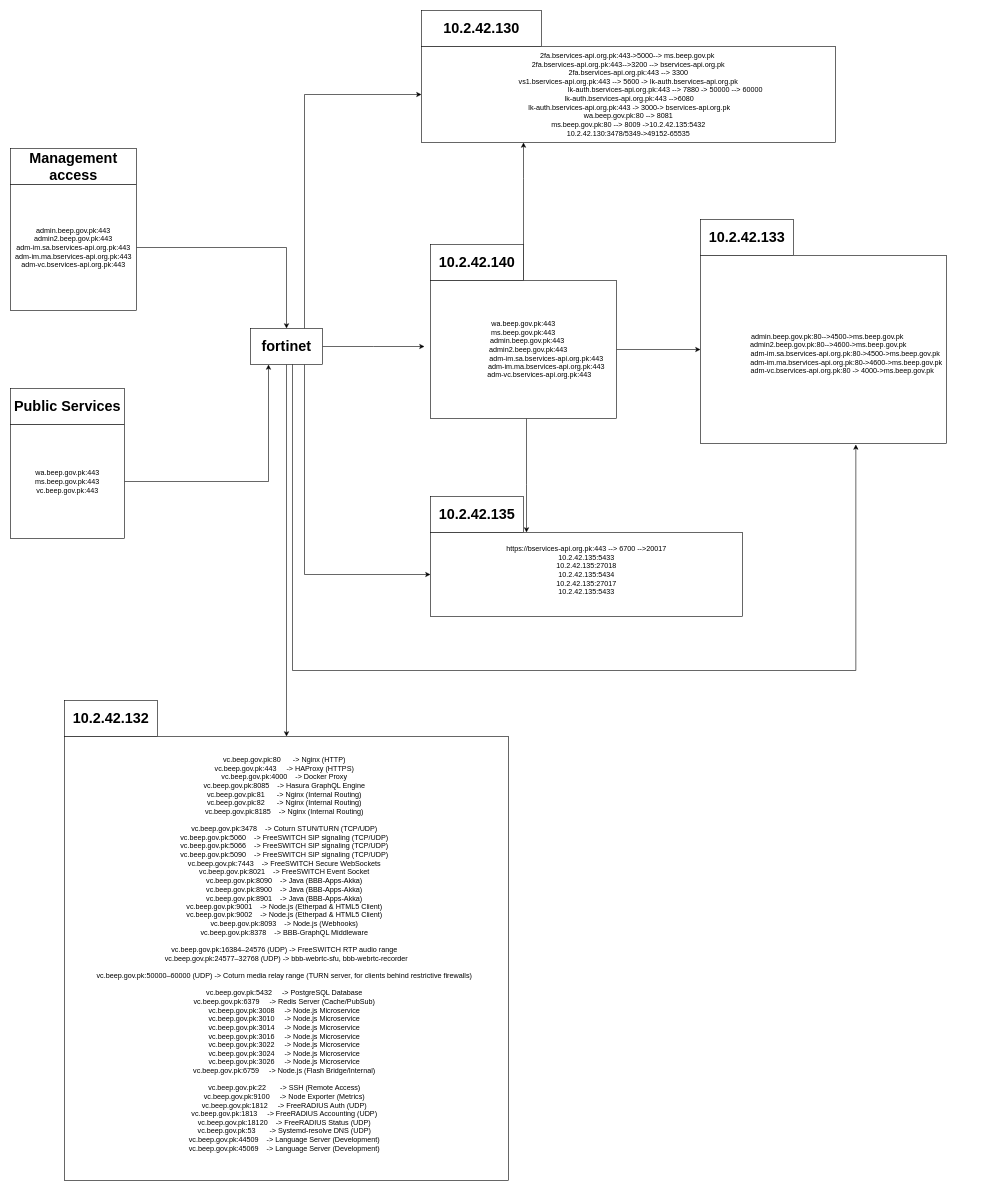
Before: Untitled Diagram.drawio in Ahmer-rehman/backend, a draw.io diagram. Source tidied: cells renumbered, new cells numbered last; positions are measured from the earlier drawing's top-left corner, leaving out a move shared by most shapes. Both pictures are drawn from the tidied source at 60%, with x=0, y=0 at pixel (10, 10).
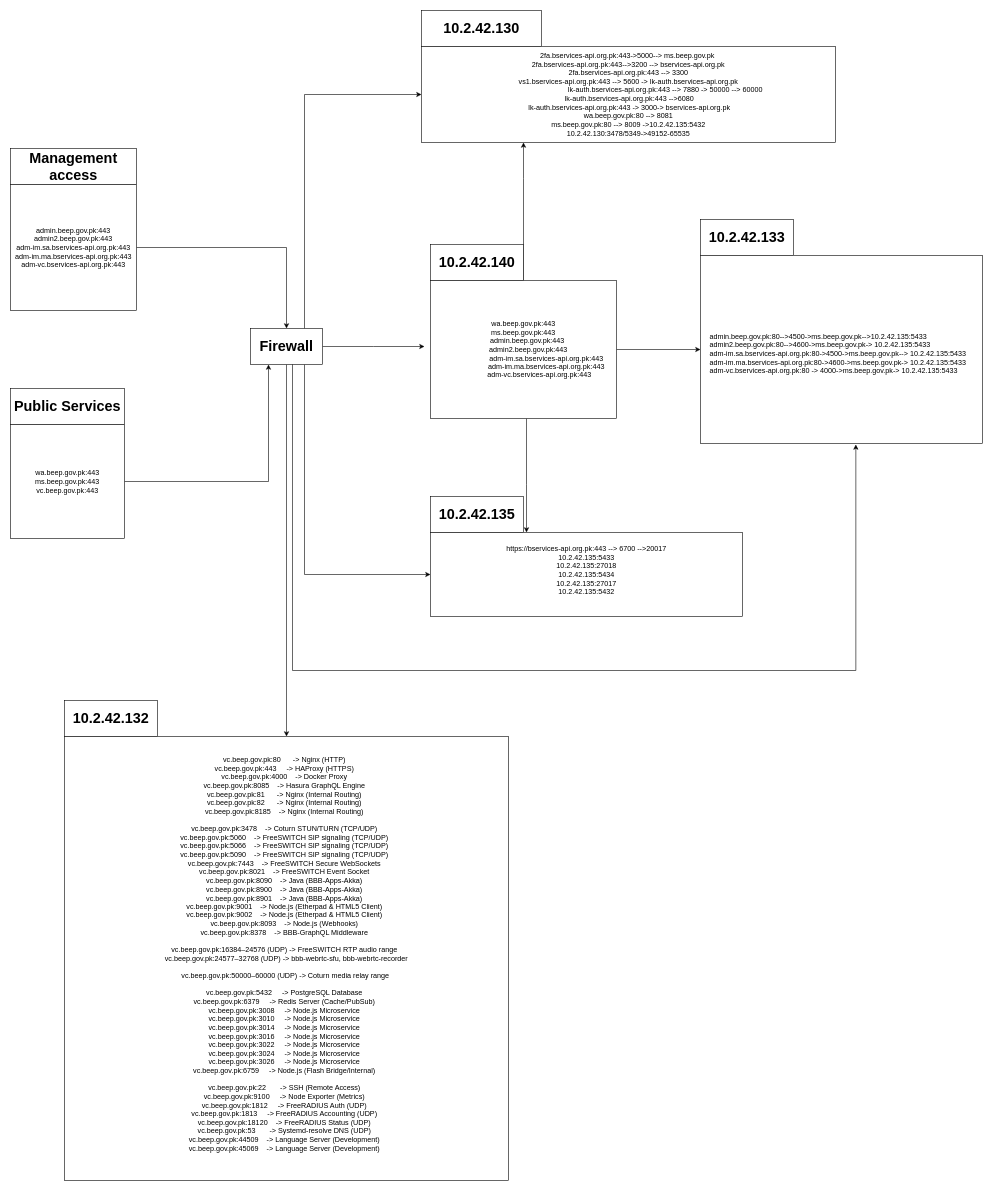
Above is the later version.

Diff of the diagram source:
```diff
@@
-    <mxCell id="7" value="https://bservices-api.org.pk:443 --&amp;gt; 6700 --&amp;gt;20017&lt;div&gt;10.2.42.135:5433&lt;/div&gt;&lt;div&gt;10.2.42.135:27018&lt;/div&gt;&lt;div&gt;10.2.42.135:5434&lt;br&gt;&lt;/div&gt;&lt;div&gt;10.2.42.135:27017&lt;/div&gt;&lt;div&gt;10.2.42.135:5433&lt;br&gt;&lt;/div&gt;&lt;div&gt;&lt;br&gt;&lt;/div&gt;" style="rounded=0;whiteSpace=wrap;html=1;" parent="1" vertex="1">
+    <mxCell id="7" value="https://bservices-api.org.pk:443 --&amp;gt; 6700 --&amp;gt;20017&lt;div&gt;10.2.42.135:5433&lt;/div&gt;&lt;div&gt;10.2.42.135:27018&lt;/div&gt;&lt;div&gt;10.2.42.135:5434&lt;br&gt;&lt;/div&gt;&lt;div&gt;10.2.42.135:27017&lt;/div&gt;&lt;div&gt;10.2.42.135:5432&lt;br&gt;&lt;/div&gt;&lt;div&gt;&lt;br&gt;&lt;/div&gt;" style="rounded=0;whiteSpace=wrap;html=1;" parent="1" vertex="1">
       <mxGeometry x="700" y="870" width="520" height="140" as="geometry" />
     </mxCell>
-    <mxCell id="8" value="&lt;br&gt;&lt;div&gt;&amp;nbsp; &amp;nbsp; admin.beep.gov.pk:80--&amp;gt;4500-&amp;gt;ms.beep.gov.pk&lt;/div&gt;&lt;div&gt;&amp;nbsp; &amp;nbsp; &amp;nbsp;admin2.beep.gov.pk:80--&amp;gt;4600-&amp;gt;ms.beep.gov.pk&lt;/div&gt;&lt;div&gt;&amp;nbsp; &amp;nbsp; &amp;nbsp; &amp;nbsp; &amp;nbsp; &amp;nbsp; &amp;nbsp; &amp;nbsp; &amp;nbsp; &amp;nbsp; &amp;nbsp; adm-im.sa.bservices-api.org.pk:80-&amp;gt;4500-&amp;gt;ms.beep.gov.pk&lt;/div&gt;&lt;div&gt;&amp;nbsp; &amp;nbsp; &amp;nbsp; &amp;nbsp; &amp;nbsp; &amp;nbsp; &amp;nbsp; &amp;nbsp; &amp;nbsp; &amp;nbsp; &amp;nbsp; &amp;nbsp;adm-im.ma.bservices-api.org.pk:80-&amp;gt;4600-&amp;gt;ms.beep.gov.pk&lt;br&gt;&lt;/div&gt;&lt;div&gt;&amp;nbsp; &amp;nbsp; &amp;nbsp; &amp;nbsp; &amp;nbsp; &amp;nbsp; &amp;nbsp; &amp;nbsp; &amp;nbsp; &amp;nbsp;adm-vc.bservices-api.org.pk:80 -&amp;gt; 4000-&amp;gt;ms.beep.gov.pk&lt;/div&gt;" style="rounded=0;whiteSpace=wrap;html=1;" parent="1" vertex="1">
-      <mxGeometry x="1150" y="408.6" width="410" height="312.8" as="geometry" />
+    <mxCell id="8" value="&lt;br&gt;&lt;div&gt;&amp;nbsp; &amp;nbsp; admin.beep.gov.pk:80--&amp;gt;4500-&amp;gt;ms.beep.gov.pk--&amp;gt;10.2.42.135:5433&lt;/div&gt;&lt;div&gt;&amp;nbsp; &amp;nbsp; admin2.beep.gov.pk:80--&amp;gt;4600-&amp;gt;ms.beep.gov.pk-&amp;gt; 10.2.42.135:5433&lt;/div&gt;&lt;div&gt;&amp;nbsp; &amp;nbsp; adm-im.sa.bservices-api.org.pk:80-&amp;gt;4500-&amp;gt;ms.beep.gov.pk--&amp;gt; 10.2.42.135:5433&lt;/div&gt;&lt;div&gt;&amp;nbsp; &amp;nbsp; adm-im.ma.bservices-api.org.pk:80-&amp;gt;4600-&amp;gt;ms.beep.gov.pk-&amp;gt; 10.2.42.135:5433&lt;br&gt;&lt;/div&gt;&lt;div&gt;&amp;nbsp; &amp;nbsp; adm-vc.bservices-api.org.pk:80 -&amp;gt; 4000-&amp;gt;ms.beep.gov.pk-&amp;gt; 10.2.42.135:5433&lt;/div&gt;" style="rounded=0;whiteSpace=wrap;html=1;align=left;" parent="1" vertex="1">
+      <mxGeometry x="1150" y="408.6" width="470" height="312.8" as="geometry" />
     </mxCell>
@@
-    <mxCell id="23" value="&lt;h1&gt;fortinet&lt;/h1&gt;" style="rounded=0;whiteSpace=wrap;html=1;" parent="1" vertex="1">
+    <mxCell id="23" value="&lt;h1&gt;Firewall&lt;/h1&gt;" style="rounded=0;whiteSpace=wrap;html=1;" parent="1" vertex="1">
       <mxGeometry x="400" y="530" width="120" height="60" as="geometry" />
     </mxCell>
@@
-    <mxCell id="25" value="&lt;div&gt;vc.beep.gov.pk:80 &amp;nbsp; &amp;nbsp; &amp;nbsp;-&amp;gt; Nginx (HTTP) &amp;nbsp;&lt;/div&gt;&lt;div&gt;vc.beep.gov.pk:443 &amp;nbsp; &amp;nbsp; -&amp;gt; HAProxy (HTTPS) &amp;nbsp;&lt;/div&gt;&lt;div&gt;vc.beep.gov.pk:4000 &amp;nbsp; &amp;nbsp;-&amp;gt; Docker Proxy &amp;nbsp;&lt;/div&gt;&lt;div&gt;vc.beep.gov.pk:8085 &amp;nbsp; &amp;nbsp;-&amp;gt; Hasura GraphQL Engine &amp;nbsp;&lt;/div&gt;&lt;div&gt;vc.beep.gov.pk:81 &amp;nbsp; &amp;nbsp; &amp;nbsp;-&amp;gt; Nginx (Internal Routing) &amp;nbsp;&lt;/div&gt;&lt;div&gt;vc.beep.gov.pk:82 &amp;nbsp; &amp;nbsp; &amp;nbsp;-&amp;gt; Nginx (Internal Routing) &amp;nbsp;&lt;/div&gt;&lt;div&gt;vc.beep.gov.pk:8185 &amp;nbsp; &amp;nbsp;-&amp;gt; Nginx (Internal Routing) &amp;nbsp;&lt;/div&gt;&lt;div&gt;&lt;br&gt;&lt;/div&gt;&lt;div&gt;vc.beep.gov.pk:3478 &amp;nbsp; &amp;nbsp;-&amp;gt; Coturn STUN/TURN (TCP/UDP) &amp;nbsp;&lt;/div&gt;&lt;div&gt;vc.beep.gov.pk:5060 &amp;nbsp; &amp;nbsp;-&amp;gt; FreeSWITCH SIP signaling (TCP/UDP) &amp;nbsp;&lt;/div&gt;&lt;div&gt;vc.beep.gov.pk:5066 &amp;nbsp; &amp;nbsp;-&amp;gt; FreeSWITCH SIP signaling (TCP/UDP) &amp;nbsp;&lt;/div&gt;&lt;div&gt;vc.beep.gov.pk:5090 &amp;nbsp; &amp;nbsp;-&amp;gt; FreeSWITCH SIP signaling (TCP/UDP) &amp;nbsp;&lt;/div&gt;&lt;div&gt;vc.beep.gov.pk:7443 &amp;nbsp; &amp;nbsp;-&amp;gt; FreeSWITCH Secure WebSockets &amp;nbsp;&lt;/div&gt;&lt;div&gt;vc.beep.gov.pk:8021 &amp;nbsp; &amp;nbsp;-&amp;gt; FreeSWITCH Event Socket &amp;nbsp;&lt;/div&gt;&lt;div&gt;vc.beep.gov.pk:8090 &amp;nbsp; &amp;nbsp;-&amp;gt; Java (BBB-Apps-Akka) &amp;nbsp;&lt;/div&gt;&lt;div&gt;vc.beep.gov.pk:8900 &amp;nbsp; &amp;nbsp;-&amp;gt; Java (BBB-Apps-Akka) &amp;nbsp;&lt;/div&gt;&lt;div&gt;vc.beep.gov.pk:8901 &amp;nbsp; &amp;nbsp;-&amp;gt; Java (BBB-Apps-Akka) &amp;nbsp;&lt;/div&gt;&lt;div&gt;vc.beep.gov.pk:9001 &amp;nbsp; &amp;nbsp;-&amp;gt; Node.js (Etherpad &amp;amp; HTML5 Client) &amp;nbsp;&lt;/div&gt;&lt;div&gt;vc.beep.gov.pk:9002 &amp;nbsp; &amp;nbsp;-&amp;gt; Node.js (Etherpad &amp;amp; HTML5 Client) &amp;nbsp;&lt;/div&gt;&lt;div&gt;vc.beep.gov.pk:8093 &amp;nbsp; &amp;nbsp;-&amp;gt; Node.js (Webhooks) &amp;nbsp;&lt;/div&gt;&lt;div&gt;vc.beep.gov.pk:8378 &amp;nbsp; &amp;nbsp;-&amp;gt; BBB-GraphQL Middleware &amp;nbsp;&lt;/div&gt;&lt;div&gt;&lt;br&gt;&lt;/div&gt;&lt;div&gt;vc.beep.gov.pk:16384–24576 (UDP) -&amp;gt; FreeSWITCH RTP audio range &amp;nbsp;&lt;/div&gt;&lt;div&gt;vc.beep.gov.pk:24577–32768 (UDP) -&amp;gt; bbb-webrtc-sfu, bbb-webrtc-recorder&lt;/div&gt;&lt;div&gt;&lt;br&gt;&lt;/div&gt;&lt;div&gt;vc.beep.gov.pk:50000–60000 (UDP) -&amp;gt; Coturn media relay range (TURN server, for clients behind restrictive firewalls) &amp;nbsp;&lt;/div&gt;&lt;div&gt;&lt;br&gt;&lt;/div&gt;&lt;div&gt;vc.beep.gov.pk:5432 &amp;nbsp; &amp;nbsp; -&amp;gt; PostgreSQL Database &amp;nbsp;&lt;/div&gt;&lt;div&gt;vc.beep.gov.pk:6379 &amp;nbsp; &amp;nbsp; -&amp;gt; Redis Server (Cache/PubSub) &amp;nbsp;&lt;/div&gt;&lt;div&gt;vc.beep.gov.pk:3008 &amp;nbsp; &amp;nbsp; -&amp;gt; Node.js Microservice &amp;nbsp;&lt;/div&gt;&lt;div&gt;vc.beep.gov.pk:3010 &amp;nbsp; &amp;nbsp; -&amp;gt; Node.js Microservice &amp;nbsp;&lt;/div&gt;&lt;div&gt;vc.beep.gov.pk:3014 &amp;nbsp; &amp;nbsp; -&amp;gt; Node.js Microservice &amp;nbsp;&lt;/div&gt;&lt;div&gt;vc.beep.gov.pk:3016 &amp;nbsp; &amp;nbsp; -&amp;gt; Node.js Microservice &amp;nbsp;&lt;/div&gt;&lt;div&gt;vc.beep.gov.pk:3022 &amp;nbsp; &amp;nbsp; -&amp;gt; Node.js Microservice &amp;nbsp;&lt;/div&gt;&lt;div&gt;vc.beep.gov.pk:3024 &amp;nbsp; &amp;nbsp; -&amp;gt; Node.js Microservice &amp;nbsp;&lt;/div&gt;&lt;div&gt;vc.beep.gov.pk:3026 &amp;nbsp; &amp;nbsp; -&amp;gt; Node.js Microservice &amp;nbsp;&lt;/div&gt;&lt;div&gt;vc.beep.gov.pk:6759 &amp;nbsp; &amp;nbsp; -&amp;gt; Node.js (Flash Bridge/Internal) &amp;nbsp;&lt;/div&gt;&lt;div&gt;&lt;br&gt;&lt;/div&gt;&lt;div&gt;vc.beep.gov.pk:22 &amp;nbsp; &amp;nbsp; &amp;nbsp; -&amp;gt; SSH (Remote Access) &amp;nbsp;&lt;/div&gt;&lt;div&gt;vc.beep.gov.pk:9100 &amp;nbsp; &amp;nbsp; -&amp;gt; Node Exporter (Metrics) &amp;nbsp;&lt;/div&gt;&lt;div&gt;vc.beep.gov.pk:1812 &amp;nbsp; &amp;nbsp; -&amp;gt; FreeRADIUS Auth (UDP) &amp;nbsp;&lt;/div&gt;&lt;div&gt;vc.beep.gov.pk:1813 &amp;nbsp; &amp;nbsp; -&amp;gt; FreeRADIUS Accounting (UDP) &amp;nbsp;&lt;/div&gt;&lt;div&gt;vc.beep.gov.pk:18120 &amp;nbsp; &amp;nbsp;-&amp;gt; FreeRADIUS Status (UDP) &amp;nbsp;&lt;/div&gt;&lt;div&gt;vc.beep.gov.pk:53 &amp;nbsp; &amp;nbsp; &amp;nbsp; -&amp;gt; Systemd-resolve DNS (UDP) &amp;nbsp;&lt;/div&gt;&lt;div&gt;vc.beep.gov.pk:44509 &amp;nbsp; &amp;nbsp;-&amp;gt; Language Server (Development) &amp;nbsp;&lt;/div&gt;&lt;div&gt;vc.beep.gov.pk:45069 &amp;nbsp; &amp;nbsp;-&amp;gt; Language Server (Development) &amp;nbsp;&lt;/div&gt;&lt;div&gt;&lt;br&gt;&lt;/div&gt;" style="whiteSpace=wrap;html=1;" parent="1" vertex="1">
+    <mxCell id="25" value="&lt;div&gt;vc.beep.gov.pk:80 &amp;nbsp; &amp;nbsp; &amp;nbsp;-&amp;gt; Nginx (HTTP) &amp;nbsp;&lt;/div&gt;&lt;div&gt;vc.beep.gov.pk:443 &amp;nbsp; &amp;nbsp; -&amp;gt; HAProxy (HTTPS) &amp;nbsp;&lt;/div&gt;&lt;div&gt;vc.beep.gov.pk:4000 &amp;nbsp; &amp;nbsp;-&amp;gt; Docker Proxy &amp;nbsp;&lt;/div&gt;&lt;div&gt;vc.beep.gov.pk:8085 &amp;nbsp; &amp;nbsp;-&amp;gt; Hasura GraphQL Engine &amp;nbsp;&lt;/div&gt;&lt;div&gt;vc.beep.gov.pk:81 &amp;nbsp; &amp;nbsp; &amp;nbsp;-&amp;gt; Nginx (Internal Routing) &amp;nbsp;&lt;/div&gt;&lt;div&gt;vc.beep.gov.pk:82 &amp;nbsp; &amp;nbsp; &amp;nbsp;-&amp;gt; Nginx (Internal Routing) &amp;nbsp;&lt;/div&gt;&lt;div&gt;vc.beep.gov.pk:8185 &amp;nbsp; &amp;nbsp;-&amp;gt; Nginx (Internal Routing) &amp;nbsp;&lt;/div&gt;&lt;div&gt;&lt;br&gt;&lt;/div&gt;&lt;div&gt;vc.beep.gov.pk:3478 &amp;nbsp; &amp;nbsp;-&amp;gt; Coturn STUN/TURN (TCP/UDP) &amp;nbsp;&lt;/div&gt;&lt;div&gt;vc.beep.gov.pk:5060 &amp;nbsp; &amp;nbsp;-&amp;gt; FreeSWITCH SIP signaling (TCP/UDP) &amp;nbsp;&lt;/div&gt;&lt;div&gt;vc.beep.gov.pk:5066 &amp;nbsp; &amp;nbsp;-&amp;gt; FreeSWITCH SIP signaling (TCP/UDP) &amp;nbsp;&lt;/div&gt;&lt;div&gt;vc.beep.gov.pk:5090 &amp;nbsp; &amp;nbsp;-&amp;gt; FreeSWITCH SIP signaling (TCP/UDP) &amp;nbsp;&lt;/div&gt;&lt;div&gt;vc.beep.gov.pk:7443 &amp;nbsp; &amp;nbsp;-&amp;gt; FreeSWITCH Secure WebSockets &amp;nbsp;&lt;/div&gt;&lt;div&gt;vc.beep.gov.pk:8021 &amp;nbsp; &amp;nbsp;-&amp;gt; FreeSWITCH Event Socket &amp;nbsp;&lt;/div&gt;&lt;div&gt;vc.beep.gov.pk:8090 &amp;nbsp; &amp;nbsp;-&amp;gt; Java (BBB-Apps-Akka) &amp;nbsp;&lt;/div&gt;&lt;div&gt;vc.beep.gov.pk:8900 &amp;nbsp; &amp;nbsp;-&amp;gt; Java (BBB-Apps-Akka) &amp;nbsp;&lt;/div&gt;&lt;div&gt;vc.beep.gov.pk:8901 &amp;nbsp; &amp;nbsp;-&amp;gt; Java (BBB-Apps-Akka) &amp;nbsp;&lt;/div&gt;&lt;div&gt;vc.beep.gov.pk:9001 &amp;nbsp; &amp;nbsp;-&amp;gt; Node.js (Etherpad &amp;amp; HTML5 Client) &amp;nbsp;&lt;/div&gt;&lt;div&gt;vc.beep.gov.pk:9002 &amp;nbsp; &amp;nbsp;-&amp;gt; Node.js (Etherpad &amp;amp; HTML5 Client) &amp;nbsp;&lt;/div&gt;&lt;div&gt;vc.beep.gov.pk:8093 &amp;nbsp; &amp;nbsp;-&amp;gt; Node.js (Webhooks) &amp;nbsp;&lt;/div&gt;&lt;div&gt;vc.beep.gov.pk:8378 &amp;nbsp; &amp;nbsp;-&amp;gt; BBB-GraphQL Middleware &amp;nbsp;&lt;/div&gt;&lt;div&gt;&lt;br&gt;&lt;/div&gt;&lt;div&gt;vc.beep.gov.pk:16384–24576 (UDP) -&amp;gt; FreeSWITCH RTP audio range &amp;nbsp;&lt;/div&gt;&lt;div&gt;vc.beep.gov.pk:24577–32768 (UDP) -&amp;gt; bbb-webrtc-sfu, bbb-webrtc-recorder&lt;/div&gt;&lt;div&gt;&lt;br&gt;&lt;/div&gt;&lt;div&gt;vc.beep.gov.pk:50000–60000 (UDP) -&amp;gt; Coturn media relay range&amp;nbsp;&lt;/div&gt;&lt;div&gt;&lt;br&gt;&lt;/div&gt;&lt;div&gt;vc.beep.gov.pk:5432 &amp;nbsp; &amp;nbsp; -&amp;gt; PostgreSQL Database &amp;nbsp;&lt;/div&gt;&lt;div&gt;vc.beep.gov.pk:6379 &amp;nbsp; &amp;nbsp; -&amp;gt; Redis Server (Cache/PubSub) &amp;nbsp;&lt;/div&gt;&lt;div&gt;vc.beep.gov.pk:3008 &amp;nbsp; &amp;nbsp; -&amp;gt; Node.js Microservice &amp;nbsp;&lt;/div&gt;&lt;div&gt;vc.beep.gov.pk:3010 &amp;nbsp; &amp;nbsp; -&amp;gt; Node.js Microservice &amp;nbsp;&lt;/div&gt;&lt;div&gt;vc.beep.gov.pk:3014 &amp;nbsp; &amp;nbsp; -&amp;gt; Node.js Microservice &amp;nbsp;&lt;/div&gt;&lt;div&gt;vc.beep.gov.pk:3016 &amp;nbsp; &amp;nbsp; -&amp;gt; Node.js Microservice &amp;nbsp;&lt;/div&gt;&lt;div&gt;vc.beep.gov.pk:3022 &amp;nbsp; &amp;nbsp; -&amp;gt; Node.js Microservice &amp;nbsp;&lt;/div&gt;&lt;div&gt;vc.beep.gov.pk:3024 &amp;nbsp; &amp;nbsp; -&amp;gt; Node.js Microservice &amp;nbsp;&lt;/div&gt;&lt;div&gt;vc.beep.gov.pk:3026 &amp;nbsp; &amp;nbsp; -&amp;gt; Node.js Microservice &amp;nbsp;&lt;/div&gt;&lt;div&gt;vc.beep.gov.pk:6759 &amp;nbsp; &amp;nbsp; -&amp;gt; Node.js (Flash Bridge/Internal) &amp;nbsp;&lt;/div&gt;&lt;div&gt;&lt;br&gt;&lt;/div&gt;&lt;div&gt;vc.beep.gov.pk:22 &amp;nbsp; &amp;nbsp; &amp;nbsp; -&amp;gt; SSH (Remote Access) &amp;nbsp;&lt;/div&gt;&lt;div&gt;vc.beep.gov.pk:9100 &amp;nbsp; &amp;nbsp; -&amp;gt; Node Exporter (Metrics) &amp;nbsp;&lt;/div&gt;&lt;div&gt;vc.beep.gov.pk:1812 &amp;nbsp; &amp;nbsp; -&amp;gt; FreeRADIUS Auth (UDP) &amp;nbsp;&lt;/div&gt;&lt;div&gt;vc.beep.gov.pk:1813 &amp;nbsp; &amp;nbsp; -&amp;gt; FreeRADIUS Accounting (UDP) &amp;nbsp;&lt;/div&gt;&lt;div&gt;vc.beep.gov.pk:18120 &amp;nbsp; &amp;nbsp;-&amp;gt; FreeRADIUS Status (UDP) &amp;nbsp;&lt;/div&gt;&lt;div&gt;vc.beep.gov.pk:53 &amp;nbsp; &amp;nbsp; &amp;nbsp; -&amp;gt; Systemd-resolve DNS (UDP) &amp;nbsp;&lt;/div&gt;&lt;div&gt;vc.beep.gov.pk:44509 &amp;nbsp; &amp;nbsp;-&amp;gt; Language Server (Development) &amp;nbsp;&lt;/div&gt;&lt;div&gt;vc.beep.gov.pk:45069 &amp;nbsp; &amp;nbsp;-&amp;gt; Language Server (Development) &amp;nbsp;&lt;/div&gt;&lt;div&gt;&lt;br&gt;&lt;/div&gt;" style="whiteSpace=wrap;html=1;" parent="1" vertex="1">
       <mxGeometry x="90" y="1210" width="740" height="740" as="geometry" />
     </mxCell>
```
